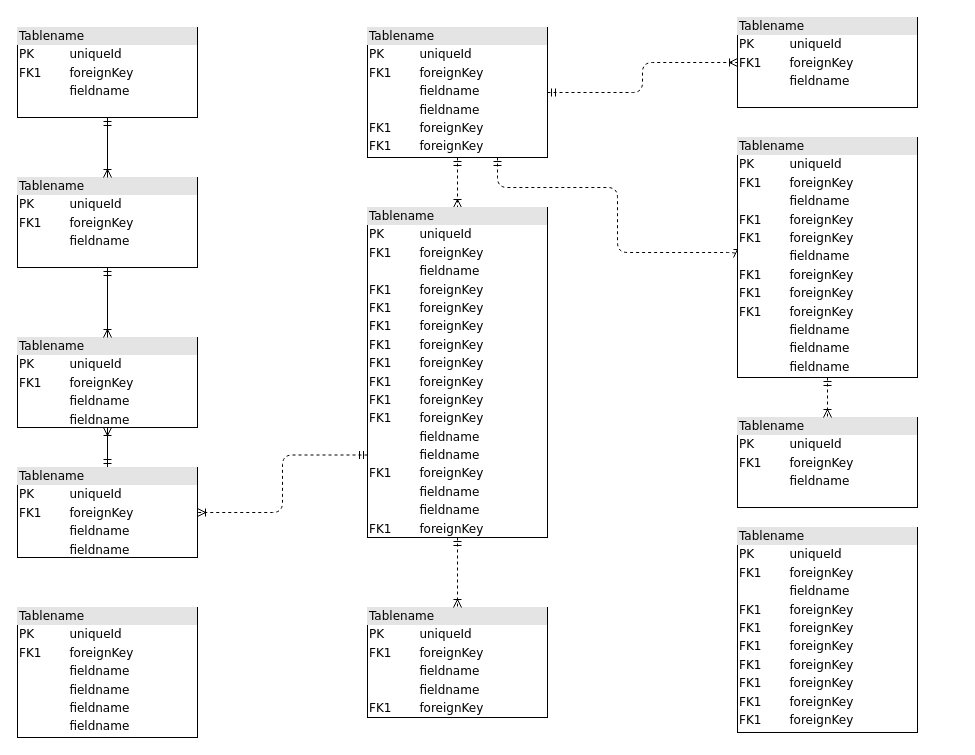
Before: ddm.drawio in nummy/blog, a draw.io diagram. Source tidied: cells renumbered, new cells numbered last; positions are measured from the earlier drawing's top-left corner, leaving out a move shared by most shapes. Both pictures are drawn from the tidied source at 100%, with x=0, y=0 at pixel (17, 17).
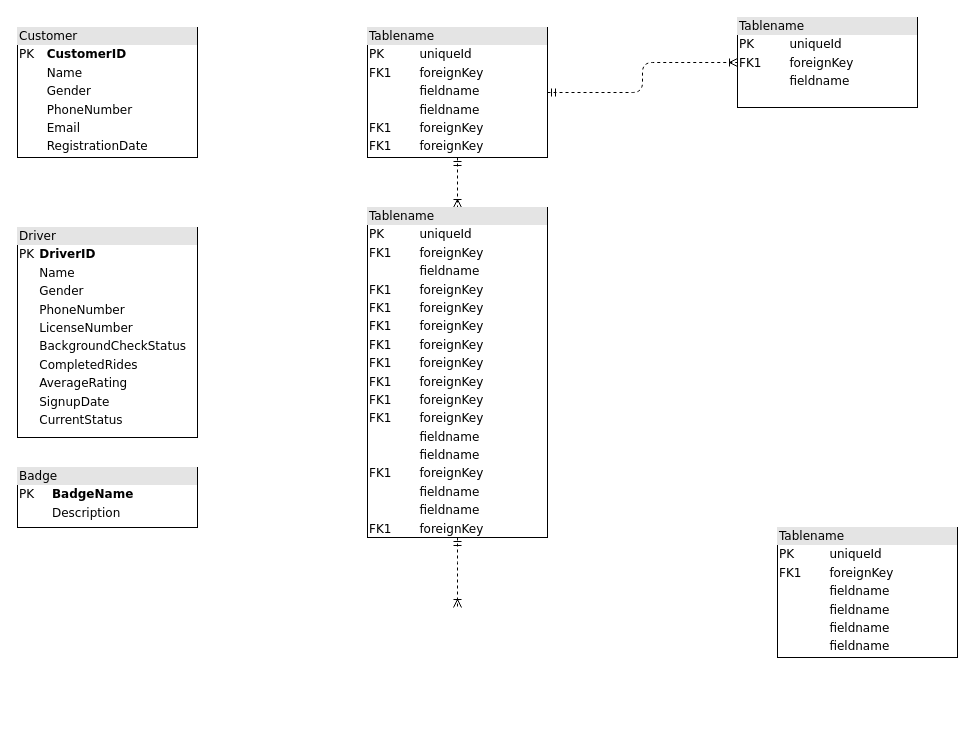
The same diagram, later.

Unchanged cells that the change refers to:
```xml
<mxCell id="6" value="&lt;div style=&quot;box-sizing: border-box ; width: 100% ; background: #e4e4e4 ; padding: 2px&quot;&gt;Tablename&lt;/div&gt;&lt;table style=&quot;width: 100% ; font-size: 1em&quot; cellpadding=&quot;2&quot; cellspacing=&quot;0&quot;&gt;&lt;tbody&gt;&lt;tr&gt;&lt;td&gt;PK&lt;/td&gt;&lt;td&gt;uniqueId&lt;/td&gt;&lt;/tr&gt;&lt;tr&gt;&lt;td&gt;FK1&lt;/td&gt;&lt;td&gt;foreignKey&lt;/td&gt;&lt;/tr&gt;&lt;tr&gt;&lt;td&gt;&lt;/td&gt;&lt;td&gt;fieldname&lt;/td&gt;&lt;/tr&gt;&lt;tr&gt;&lt;td&gt;&lt;br&gt;&lt;/td&gt;&lt;td&gt;fieldname&lt;br&gt;&lt;/td&gt;&lt;/tr&gt;&lt;tr&gt;&lt;td&gt;FK1&lt;br&gt;&lt;/td&gt;&lt;td&gt;foreignKey&lt;br&gt;&lt;/td&gt;&lt;/tr&gt;&lt;tr&gt;&lt;td&gt;FK1&lt;br&gt;&lt;/td&gt;&lt;td&gt;foreignKey&lt;br&gt;&lt;/td&gt;&lt;/tr&gt;&lt;/tbody&gt;&lt;/table&gt;" style="verticalAlign=top;align=left;overflow=fill;html=1;rounded=0;shadow=0;comic=0;labelBackgroundColor=none;strokeWidth=1;fontFamily=Verdana;fontSize=12;" parent="1" vertex="1">
  <mxGeometry x="350" y="10" width="180" height="130" as="geometry" />
</mxCell>
<mxCell id="16" value="&lt;div style=&quot;box-sizing: border-box ; width: 100% ; background: #e4e4e4 ; padding: 2px&quot;&gt;Tablename&lt;/div&gt;&lt;table style=&quot;width: 100% ; font-size: 1em&quot; cellpadding=&quot;2&quot; cellspacing=&quot;0&quot;&gt;&lt;tbody&gt;&lt;tr&gt;&lt;td&gt;PK&lt;/td&gt;&lt;td&gt;uniqueId&lt;/td&gt;&lt;/tr&gt;&lt;tr&gt;&lt;td&gt;FK1&lt;/td&gt;&lt;td&gt;foreignKey&lt;/td&gt;&lt;/tr&gt;&lt;tr&gt;&lt;td&gt;&lt;/td&gt;&lt;td&gt;fieldname&lt;/td&gt;&lt;/tr&gt;&lt;tr&gt;&lt;td&gt;FK1&lt;br&gt;&lt;/td&gt;&lt;td&gt;foreignKey&lt;br&gt;&lt;/td&gt;&lt;/tr&gt;&lt;tr&gt;&lt;td&gt;FK1&lt;br&gt;&lt;/td&gt;&lt;td&gt;foreignKey&lt;br&gt;&lt;/td&gt;&lt;/tr&gt;&lt;tr&gt;&lt;td&gt;FK1&lt;br&gt;&lt;/td&gt;&lt;td&gt;foreignKey&lt;br&gt;&lt;/td&gt;&lt;/tr&gt;&lt;tr&gt;&lt;td&gt;FK1&lt;br&gt;&lt;/td&gt;&lt;td&gt;foreignKey&lt;br&gt;&lt;/td&gt;&lt;/tr&gt;&lt;tr&gt;&lt;td&gt;FK1&lt;br&gt;&lt;/td&gt;&lt;td&gt;foreignKey&lt;br&gt;&lt;/td&gt;&lt;/tr&gt;&lt;tr&gt;&lt;td&gt;FK1&lt;br&gt;&lt;/td&gt;&lt;td&gt;foreignKey&lt;br&gt;&lt;/td&gt;&lt;/tr&gt;&lt;tr&gt;&lt;td&gt;FK1&lt;br&gt;&lt;/td&gt;&lt;td&gt;foreignKey&lt;br&gt;&lt;/td&gt;&lt;/tr&gt;&lt;tr&gt;&lt;td&gt;FK1&lt;br&gt;&lt;/td&gt;&lt;td&gt;foreignKey&lt;br&gt;&lt;/td&gt;&lt;/tr&gt;&lt;tr&gt;&lt;td&gt;&lt;br&gt;&lt;/td&gt;&lt;td&gt;fieldname&lt;br&gt;&lt;/td&gt;&lt;/tr&gt;&lt;tr&gt;&lt;td&gt;&lt;br&gt;&lt;/td&gt;&lt;td&gt;fieldname&lt;br&gt;&lt;/td&gt;&lt;/tr&gt;&lt;tr&gt;&lt;td&gt;FK1&lt;br&gt;&lt;/td&gt;&lt;td&gt;foreignKey&lt;br&gt;&lt;/td&gt;&lt;/tr&gt;&lt;tr&gt;&lt;td&gt;&lt;br&gt;&lt;/td&gt;&lt;td&gt;fieldname&lt;br&gt;&lt;/td&gt;&lt;/tr&gt;&lt;tr&gt;&lt;td&gt;&lt;br&gt;&lt;/td&gt;&lt;td&gt;fieldname&lt;br&gt;&lt;/td&gt;&lt;/tr&gt;&lt;tr&gt;&lt;td&gt;FK1&lt;br&gt;&lt;/td&gt;&lt;td&gt;foreignKey&lt;br&gt;&lt;/td&gt;&lt;/tr&gt;&lt;/tbody&gt;&lt;/table&gt;" style="verticalAlign=top;align=left;overflow=fill;html=1;rounded=0;shadow=0;comic=0;labelBackgroundColor=none;strokeWidth=1;fontFamily=Verdana;fontSize=12;" parent="1" vertex="1">
  <mxGeometry x="350" y="190" width="180" height="330" as="geometry" />
</mxCell>
```

Diff of the diagram source:
```diff
@@
-    <mxCell id="2" value="&lt;div style=&quot;box-sizing:border-box;width:100%;background:#e4e4e4;padding:2px;&quot;&gt;Tablename&lt;/div&gt;&lt;table style=&quot;width:100%;font-size:1em;&quot; cellpadding=&quot;2&quot; cellspacing=&quot;0&quot;&gt;&lt;tr&gt;&lt;td&gt;PK&lt;/td&gt;&lt;td&gt;uniqueId&lt;/td&gt;&lt;/tr&gt;&lt;tr&gt;&lt;td&gt;FK1&lt;/td&gt;&lt;td&gt;foreignKey&lt;/td&gt;&lt;/tr&gt;&lt;tr&gt;&lt;td&gt;&lt;/td&gt;&lt;td&gt;fieldname&lt;/td&gt;&lt;/tr&gt;&lt;/table&gt;" style="verticalAlign=top;align=left;overflow=fill;html=1;rounded=0;shadow=0;comic=0;labelBackgroundColor=none;strokeWidth=1;fontFamily=Verdana;fontSize=12;" parent="1" vertex="1">
-      <mxGeometry y="10" width="180" height="90" as="geometry" />
+    <mxCell id="2" value="&lt;div style=&quot;box-sizing: border-box; width: 100%; background: rgb(228, 228, 228); padding: 2px;&quot;&gt;Customer&lt;/div&gt;&lt;table style=&quot;width:100%;font-size:1em;&quot; cellpadding=&quot;2&quot; cellspacing=&quot;0&quot;&gt;&lt;tbody&gt;&lt;tr&gt;&lt;td&gt;PK&lt;/td&gt;&lt;td&gt;&lt;strong&gt;CustomerID&lt;/strong&gt;&lt;/td&gt;&lt;/tr&gt;&lt;tr&gt;&lt;td&gt;&lt;br&gt;&lt;/td&gt;&lt;td&gt;Name&lt;/td&gt;&lt;/tr&gt;&lt;tr&gt;&lt;td&gt;&lt;/td&gt;&lt;td&gt;Gender&lt;/td&gt;&lt;/tr&gt;&lt;tr&gt;&lt;td&gt;&lt;br&gt;&lt;/td&gt;&lt;td&gt;PhoneNumber&lt;/td&gt;&lt;/tr&gt;&lt;tr&gt;&lt;td&gt;&lt;br&gt;&lt;/td&gt;&lt;td&gt;Email&lt;/td&gt;&lt;/tr&gt;&lt;tr&gt;&lt;td&gt;&lt;br&gt;&lt;/td&gt;&lt;td&gt;RegistrationDate&lt;/td&gt;&lt;/tr&gt;&lt;/tbody&gt;&lt;/table&gt;" style="verticalAlign=top;align=left;overflow=fill;html=1;rounded=0;shadow=0;comic=0;labelBackgroundColor=none;strokeWidth=1;fontFamily=Verdana;fontSize=12;" parent="1" vertex="1">
+      <mxGeometry y="10" width="180" height="130" as="geometry" />
     </mxCell>
@@
-    <mxCell id="4" style="edgeStyle=orthogonalEdgeStyle;html=1;dashed=1;labelBackgroundColor=none;startArrow=ERmandOne;endArrow=ERoneToMany;fontFamily=Verdana;fontSize=12;align=left;entryX=0;entryY=0.5;" parent="1" edge="1" source="6" target="19">
-      <mxGeometry relative="1" as="geometry">
-        <Array as="points">
-          <mxPoint x="480" y="170" />
-          <mxPoint x="600" y="170" />
-          <mxPoint x="600" y="235" />
-        </Array>
-      </mxGeometry>
-    </mxCell>
@@
-    <mxCell id="7" style="edgeStyle=orthogonalEdgeStyle;html=1;labelBackgroundColor=none;startArrow=ERmandOne;endArrow=ERoneToMany;fontFamily=Verdana;fontSize=12;align=left;" parent="1" edge="1" source="9" target="10">
-      <mxGeometry relative="1" as="geometry" />
-    </mxCell>
-    <mxCell id="8" style="edgeStyle=orthogonalEdgeStyle;html=1;exitX=0;exitY=0.75;entryX=1;entryY=0.5;dashed=1;labelBackgroundColor=none;startArrow=ERmandOne;endArrow=ERoneToMany;fontFamily=Verdana;fontSize=12;align=left;" parent="1" edge="1" source="16" target="9">
-      <mxGeometry relative="1" as="geometry" />
-    </mxCell>
-    <mxCell id="9" value="&lt;div style=&quot;box-sizing: border-box ; width: 100% ; background: #e4e4e4 ; padding: 2px&quot;&gt;Tablename&lt;/div&gt;&lt;table style=&quot;width: 100% ; font-size: 1em&quot; cellpadding=&quot;2&quot; cellspacing=&quot;0&quot;&gt;&lt;tbody&gt;&lt;tr&gt;&lt;td&gt;PK&lt;/td&gt;&lt;td&gt;uniqueId&lt;/td&gt;&lt;/tr&gt;&lt;tr&gt;&lt;td&gt;FK1&lt;/td&gt;&lt;td&gt;foreignKey&lt;/td&gt;&lt;/tr&gt;&lt;tr&gt;&lt;td&gt;&lt;/td&gt;&lt;td&gt;fieldname&lt;/td&gt;&lt;/tr&gt;&lt;tr&gt;&lt;td&gt;&lt;br&gt;&lt;/td&gt;&lt;td&gt;fieldname&lt;br&gt;&lt;/td&gt;&lt;/tr&gt;&lt;/tbody&gt;&lt;/table&gt;" style="verticalAlign=top;align=left;overflow=fill;html=1;rounded=0;shadow=0;comic=0;labelBackgroundColor=none;strokeWidth=1;fontFamily=Verdana;fontSize=12;" parent="1" vertex="1">
-      <mxGeometry y="450" width="180" height="90" as="geometry" />
+    <mxCell id="9" value="&lt;div style=&quot;box-sizing: border-box; width: 100%; background: rgb(228, 228, 228); padding: 2px;&quot;&gt;Badge&lt;/div&gt;&lt;table style=&quot;width: 100% ; font-size: 1em&quot; cellpadding=&quot;2&quot; cellspacing=&quot;0&quot;&gt;&lt;tbody&gt;&lt;tr&gt;&lt;td&gt;PK&lt;/td&gt;&lt;td&gt;&lt;strong&gt;BadgeName&lt;/strong&gt;&lt;/td&gt;&lt;/tr&gt;&lt;tr&gt;&lt;td&gt;&lt;br&gt;&lt;/td&gt;&lt;td&gt;Description&lt;/td&gt;&lt;/tr&gt;&lt;/tbody&gt;&lt;/table&gt;" style="verticalAlign=top;align=left;overflow=fill;html=1;rounded=0;shadow=0;comic=0;labelBackgroundColor=none;strokeWidth=1;fontFamily=Verdana;fontSize=12;" parent="1" vertex="1">
+      <mxGeometry y="450" width="180" height="60" as="geometry" />
     </mxCell>
-    <mxCell id="10" value="&lt;div style=&quot;box-sizing: border-box ; width: 100% ; background: #e4e4e4 ; padding: 2px&quot;&gt;Tablename&lt;/div&gt;&lt;table style=&quot;width: 100% ; font-size: 1em&quot; cellpadding=&quot;2&quot; cellspacing=&quot;0&quot;&gt;&lt;tbody&gt;&lt;tr&gt;&lt;td&gt;PK&lt;/td&gt;&lt;td&gt;uniqueId&lt;/td&gt;&lt;/tr&gt;&lt;tr&gt;&lt;td&gt;FK1&lt;/td&gt;&lt;td&gt;foreignKey&lt;/td&gt;&lt;/tr&gt;&lt;tr&gt;&lt;td&gt;&lt;/td&gt;&lt;td&gt;fieldname&lt;/td&gt;&lt;/tr&gt;&lt;tr&gt;&lt;td&gt;&lt;br&gt;&lt;/td&gt;&lt;td&gt;fieldname&lt;br&gt;&lt;/td&gt;&lt;/tr&gt;&lt;/tbody&gt;&lt;/table&gt;" style="verticalAlign=top;align=left;overflow=fill;html=1;rounded=0;shadow=0;comic=0;labelBackgroundColor=none;strokeWidth=1;fontFamily=Verdana;fontSize=12;" parent="1" vertex="1">
-      <mxGeometry y="320" width="180" height="90" as="geometry" />
+    <mxCell id="10" value="&lt;div style=&quot;box-sizing: border-box; width: 100%; background: rgb(228, 228, 228); padding: 2px;&quot;&gt;Driver&lt;/div&gt;&lt;table style=&quot;width: 100% ; font-size: 1em&quot; cellpadding=&quot;2&quot; cellspacing=&quot;0&quot;&gt;&lt;tbody&gt;&lt;tr&gt;&lt;td&gt;PK&lt;/td&gt;&lt;td&gt;&lt;strong&gt;DriverID&lt;/strong&gt;&lt;/td&gt;&lt;/tr&gt;&lt;tr&gt;&lt;td&gt;&lt;br&gt;&lt;/td&gt;&lt;td&gt;Name&lt;/td&gt;&lt;/tr&gt;&lt;tr&gt;&lt;td&gt;&lt;/td&gt;&lt;td&gt;Gender&lt;/td&gt;&lt;/tr&gt;&lt;tr&gt;&lt;td&gt;&lt;br&gt;&lt;/td&gt;&lt;td&gt;PhoneNumber&lt;br&gt;&lt;/td&gt;&lt;/tr&gt;&lt;tr&gt;&lt;td&gt;&lt;br&gt;&lt;/td&gt;&lt;td&gt;LicenseNumber&lt;/td&gt;&lt;/tr&gt;&lt;tr&gt;&lt;td&gt;&lt;br&gt;&lt;/td&gt;&lt;td&gt;BackgroundCheckStatus&lt;/td&gt;&lt;/tr&gt;&lt;tr&gt;&lt;td&gt;&lt;br&gt;&lt;/td&gt;&lt;td&gt;CompletedRides&lt;/td&gt;&lt;/tr&gt;&lt;tr&gt;&lt;td&gt;&lt;br&gt;&lt;/td&gt;&lt;td&gt;AverageRating&lt;/td&gt;&lt;/tr&gt;&lt;tr&gt;&lt;td&gt;&lt;br&gt;&lt;/td&gt;&lt;td&gt;SignupDate&lt;/td&gt;&lt;/tr&gt;&lt;tr&gt;&lt;td&gt;&lt;br&gt;&lt;/td&gt;&lt;td&gt;CurrentStatus&lt;/td&gt;&lt;/tr&gt;&lt;/tbody&gt;&lt;/table&gt;" style="verticalAlign=top;align=left;overflow=fill;html=1;rounded=0;shadow=0;comic=0;labelBackgroundColor=none;strokeWidth=1;fontFamily=Verdana;fontSize=12;" parent="1" vertex="1">
+      <mxGeometry y="210" width="180" height="210" as="geometry" />
     </mxCell>
-    <mxCell id="11" style="edgeStyle=orthogonalEdgeStyle;html=1;entryX=0.5;entryY=0;labelBackgroundColor=none;startArrow=ERmandOne;endArrow=ERoneToMany;fontFamily=Verdana;fontSize=12;align=left;" parent="1" edge="1" source="12" target="10">
-      <mxGeometry relative="1" as="geometry" />
-    </mxCell>
-    <mxCell id="12" value="&lt;div style=&quot;box-sizing:border-box;width:100%;background:#e4e4e4;padding:2px;&quot;&gt;Tablename&lt;/div&gt;&lt;table style=&quot;width:100%;font-size:1em;&quot; cellpadding=&quot;2&quot; cellspacing=&quot;0&quot;&gt;&lt;tr&gt;&lt;td&gt;PK&lt;/td&gt;&lt;td&gt;uniqueId&lt;/td&gt;&lt;/tr&gt;&lt;tr&gt;&lt;td&gt;FK1&lt;/td&gt;&lt;td&gt;foreignKey&lt;/td&gt;&lt;/tr&gt;&lt;tr&gt;&lt;td&gt;&lt;/td&gt;&lt;td&gt;fieldname&lt;/td&gt;&lt;/tr&gt;&lt;/table&gt;" style="verticalAlign=top;align=left;overflow=fill;html=1;rounded=0;shadow=0;comic=0;labelBackgroundColor=none;strokeWidth=1;fontFamily=Verdana;fontSize=12;" parent="1" vertex="1">
-      <mxGeometry y="160" width="180" height="90" as="geometry" />
-    </mxCell>
-    <mxCell id="13" value="&lt;div style=&quot;box-sizing: border-box ; width: 100% ; background: #e4e4e4 ; padding: 2px&quot;&gt;Tablename&lt;/div&gt;&lt;table style=&quot;width: 100% ; font-size: 1em&quot; cellpadding=&quot;2&quot; cellspacing=&quot;0&quot;&gt;&lt;tbody&gt;&lt;tr&gt;&lt;td&gt;PK&lt;/td&gt;&lt;td&gt;uniqueId&lt;/td&gt;&lt;/tr&gt;&lt;tr&gt;&lt;td&gt;FK1&lt;/td&gt;&lt;td&gt;foreignKey&lt;/td&gt;&lt;/tr&gt;&lt;tr&gt;&lt;td&gt;&lt;/td&gt;&lt;td&gt;fieldname&lt;/td&gt;&lt;/tr&gt;&lt;tr&gt;&lt;td&gt;FK1&lt;br&gt;&lt;/td&gt;&lt;td&gt;foreignKey&lt;br&gt;&lt;/td&gt;&lt;/tr&gt;&lt;tr&gt;&lt;td&gt;FK1&lt;br&gt;&lt;/td&gt;&lt;td&gt;foreignKey&lt;br&gt;&lt;/td&gt;&lt;/tr&gt;&lt;tr&gt;&lt;td&gt;FK1&lt;br&gt;&lt;/td&gt;&lt;td&gt;foreignKey&lt;br&gt;&lt;/td&gt;&lt;/tr&gt;&lt;tr&gt;&lt;td&gt;FK1&lt;br&gt;&lt;/td&gt;&lt;td&gt;foreignKey&lt;br&gt;&lt;/td&gt;&lt;/tr&gt;&lt;tr&gt;&lt;td&gt;FK1&lt;br&gt;&lt;/td&gt;&lt;td&gt;foreignKey&lt;br&gt;&lt;/td&gt;&lt;/tr&gt;&lt;tr&gt;&lt;td&gt;FK1&lt;br&gt;&lt;/td&gt;&lt;td&gt;foreignKey&lt;br&gt;&lt;/td&gt;&lt;/tr&gt;&lt;tr&gt;&lt;td&gt;FK1&lt;br&gt;&lt;/td&gt;&lt;td&gt;foreignKey&lt;br&gt;&lt;/td&gt;&lt;/tr&gt;&lt;/tbody&gt;&lt;/table&gt;" style="verticalAlign=top;align=left;overflow=fill;html=1;rounded=0;shadow=0;comic=0;labelBackgroundColor=none;strokeWidth=1;fontFamily=Verdana;fontSize=12;" parent="1" vertex="1">
-      <mxGeometry x="720" y="510" width="180" height="205" as="geometry" />
-    </mxCell>
-    <mxCell id="14" value="&lt;div style=&quot;box-sizing: border-box ; width: 100% ; background: #e4e4e4 ; padding: 2px&quot;&gt;Tablename&lt;/div&gt;&lt;table style=&quot;width: 100% ; font-size: 1em&quot; cellpadding=&quot;2&quot; cellspacing=&quot;0&quot;&gt;&lt;tbody&gt;&lt;tr&gt;&lt;td&gt;PK&lt;/td&gt;&lt;td&gt;uniqueId&lt;/td&gt;&lt;/tr&gt;&lt;tr&gt;&lt;td&gt;FK1&lt;/td&gt;&lt;td&gt;foreignKey&lt;/td&gt;&lt;/tr&gt;&lt;tr&gt;&lt;td&gt;&lt;/td&gt;&lt;td&gt;fieldname&lt;/td&gt;&lt;/tr&gt;&lt;tr&gt;&lt;td&gt;&lt;br&gt;&lt;/td&gt;&lt;td&gt;fieldname&lt;br&gt;&lt;/td&gt;&lt;/tr&gt;&lt;tr&gt;&lt;td&gt;FK1&lt;br&gt;&lt;/td&gt;&lt;td&gt;foreignKey&lt;br&gt;&lt;/td&gt;&lt;/tr&gt;&lt;/tbody&gt;&lt;/table&gt;" style="verticalAlign=top;align=left;overflow=fill;html=1;rounded=0;shadow=0;comic=0;labelBackgroundColor=none;strokeWidth=1;fontFamily=Verdana;fontSize=12;" parent="1" vertex="1">
-      <mxGeometry x="350" y="590" width="180" height="110" as="geometry" />
-    </mxCell>
-    <mxCell id="15" style="edgeStyle=orthogonalEdgeStyle;html=1;entryX=0.5;entryY=0;labelBackgroundColor=none;startArrow=ERmandOne;endArrow=ERoneToMany;fontFamily=Verdana;fontSize=12;align=left;dashed=1;" parent="1" edge="1" source="16" target="14">
-      <mxGeometry relative="1" as="geometry" />
+    <mxCell id="15" style="edgeStyle=orthogonalEdgeStyle;html=1;entryX=0.5;entryY=0;labelBackgroundColor=none;startArrow=ERmandOne;endArrow=ERoneToMany;fontFamily=Verdana;fontSize=12;align=left;dashed=1;" parent="1" edge="1" source="16">
+      <mxGeometry relative="1" as="geometry">
+        <mxPoint x="440" y="590" as="targetPoint" />
+      </mxGeometry>
     </mxCell>
@@
-    <mxCell id="17" value="&lt;div style=&quot;box-sizing:border-box;width:100%;background:#e4e4e4;padding:2px;&quot;&gt;Tablename&lt;/div&gt;&lt;table style=&quot;width:100%;font-size:1em;&quot; cellpadding=&quot;2&quot; cellspacing=&quot;0&quot;&gt;&lt;tr&gt;&lt;td&gt;PK&lt;/td&gt;&lt;td&gt;uniqueId&lt;/td&gt;&lt;/tr&gt;&lt;tr&gt;&lt;td&gt;FK1&lt;/td&gt;&lt;td&gt;foreignKey&lt;/td&gt;&lt;/tr&gt;&lt;tr&gt;&lt;td&gt;&lt;/td&gt;&lt;td&gt;fieldname&lt;/td&gt;&lt;/tr&gt;&lt;/table&gt;" style="verticalAlign=top;align=left;overflow=fill;html=1;rounded=0;shadow=0;comic=0;labelBackgroundColor=none;strokeWidth=1;fontFamily=Verdana;fontSize=12;" parent="1" vertex="1">
-      <mxGeometry x="720" y="400" width="180" height="90" as="geometry" />
-    </mxCell>
-    <mxCell id="18" style="edgeStyle=orthogonalEdgeStyle;html=1;entryX=0.5;entryY=0;dashed=1;labelBackgroundColor=none;startArrow=ERmandOne;endArrow=ERoneToMany;fontFamily=Verdana;fontSize=12;align=left;" parent="1" edge="1" source="19" target="17">
-      <mxGeometry relative="1" as="geometry" />
-    </mxCell>
-    <mxCell id="19" value="&lt;div style=&quot;box-sizing: border-box ; width: 100% ; background: #e4e4e4 ; padding: 2px&quot;&gt;Tablename&lt;/div&gt;&lt;table style=&quot;width: 100% ; font-size: 1em&quot; cellpadding=&quot;2&quot; cellspacing=&quot;0&quot;&gt;&lt;tbody&gt;&lt;tr&gt;&lt;td&gt;PK&lt;/td&gt;&lt;td&gt;uniqueId&lt;/td&gt;&lt;/tr&gt;&lt;tr&gt;&lt;td&gt;FK1&lt;/td&gt;&lt;td&gt;foreignKey&lt;/td&gt;&lt;/tr&gt;&lt;tr&gt;&lt;td&gt;&lt;/td&gt;&lt;td&gt;fieldname&lt;/td&gt;&lt;/tr&gt;&lt;tr&gt;&lt;td&gt;FK1&lt;br&gt;&lt;/td&gt;&lt;td&gt;foreignKey&lt;br&gt;&lt;/td&gt;&lt;/tr&gt;&lt;tr&gt;&lt;td&gt;FK1&lt;br&gt;&lt;/td&gt;&lt;td&gt;foreignKey&lt;br&gt;&lt;/td&gt;&lt;/tr&gt;&lt;tr&gt;&lt;td&gt;&lt;br&gt;&lt;/td&gt;&lt;td&gt;fieldname&lt;br&gt;&lt;/td&gt;&lt;/tr&gt;&lt;tr&gt;&lt;td&gt;FK1&lt;br&gt;&lt;/td&gt;&lt;td&gt;foreignKey&lt;br&gt;&lt;/td&gt;&lt;/tr&gt;&lt;tr&gt;&lt;td&gt;FK1&lt;br&gt;&lt;/td&gt;&lt;td&gt;foreignKey&lt;br&gt;&lt;/td&gt;&lt;/tr&gt;&lt;tr&gt;&lt;td&gt;FK1&lt;br&gt;&lt;/td&gt;&lt;td&gt;foreignKey&lt;br&gt;&lt;/td&gt;&lt;/tr&gt;&lt;tr&gt;&lt;td&gt;&lt;br&gt;&lt;/td&gt;&lt;td&gt;fieldname&lt;br&gt;&lt;/td&gt;&lt;/tr&gt;&lt;tr&gt;&lt;td&gt;&lt;br&gt;&lt;/td&gt;&lt;td&gt;fieldname&lt;br&gt;&lt;/td&gt;&lt;/tr&gt;&lt;tr&gt;&lt;td&gt;&lt;br&gt;&lt;/td&gt;&lt;td&gt;fieldname&lt;br&gt;&lt;/td&gt;&lt;/tr&gt;&lt;/tbody&gt;&lt;/table&gt;" style="verticalAlign=top;align=left;overflow=fill;html=1;rounded=0;shadow=0;comic=0;labelBackgroundColor=none;strokeWidth=1;fontFamily=Verdana;fontSize=12;" parent="1" vertex="1">
-      <mxGeometry x="720" y="120" width="180" height="240" as="geometry" />
-    </mxCell>
@@
     <mxCell id="21" value="&lt;div style=&quot;box-sizing: border-box ; width: 100% ; background: #e4e4e4 ; padding: 2px&quot;&gt;Tablename&lt;/div&gt;&lt;table style=&quot;width: 100% ; font-size: 1em&quot; cellpadding=&quot;2&quot; cellspacing=&quot;0&quot;&gt;&lt;tbody&gt;&lt;tr&gt;&lt;td&gt;PK&lt;/td&gt;&lt;td&gt;uniqueId&lt;/td&gt;&lt;/tr&gt;&lt;tr&gt;&lt;td&gt;FK1&lt;/td&gt;&lt;td&gt;foreignKey&lt;/td&gt;&lt;/tr&gt;&lt;tr&gt;&lt;td&gt;&lt;/td&gt;&lt;td&gt;fieldname&lt;/td&gt;&lt;/tr&gt;&lt;tr&gt;&lt;td&gt;&lt;br&gt;&lt;/td&gt;&lt;td&gt;fieldname&lt;br&gt;&lt;/td&gt;&lt;/tr&gt;&lt;tr&gt;&lt;td&gt;&lt;br&gt;&lt;/td&gt;&lt;td&gt;fieldname&lt;br&gt;&lt;/td&gt;&lt;/tr&gt;&lt;tr&gt;&lt;td&gt;&lt;br&gt;&lt;/td&gt;&lt;td&gt;fieldname&lt;br&gt;&lt;/td&gt;&lt;/tr&gt;&lt;/tbody&gt;&lt;/table&gt;" style="verticalAlign=top;align=left;overflow=fill;html=1;rounded=0;shadow=0;comic=0;labelBackgroundColor=none;strokeWidth=1;fontFamily=Verdana;fontSize=12;" parent="1" vertex="1">
-      <mxGeometry y="590" width="180" height="130" as="geometry" />
+      <mxGeometry x="760" y="510" width="180" height="130" as="geometry" />
     </mxCell>
-    <mxCell id="22" style="edgeStyle=orthogonalEdgeStyle;html=1;endArrow=ERoneToMany;startArrow=ERmandOne;labelBackgroundColor=none;fontFamily=Verdana;fontSize=12;align=left;exitX=0.5;exitY=1;entryX=0.5;entryY=0;" parent="1" edge="1" source="2" target="12">
-      <mxGeometry relative="1" as="geometry" />
-    </mxCell>
```
